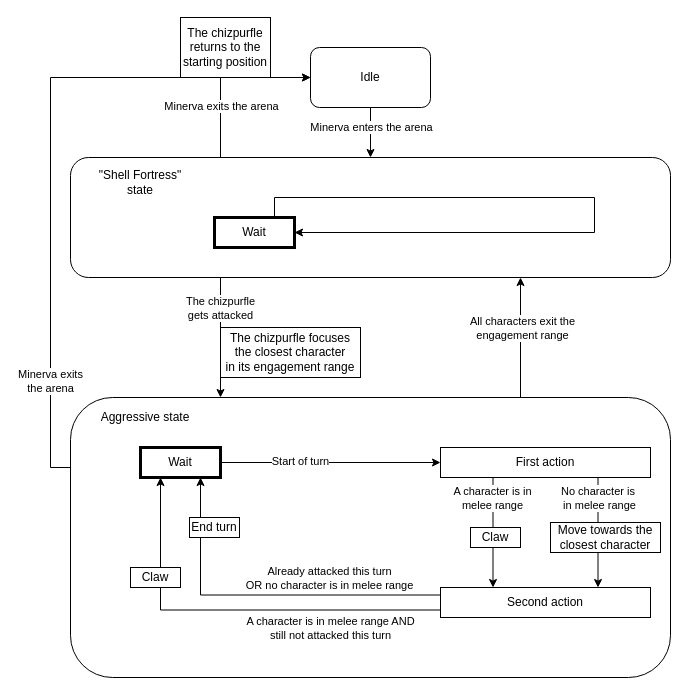
Above: Enemies/Enemy Behaviours/GiantChizpurfle_AI.drawio in andreacarrarini/HP_The_Dark_Lady_awakens (draw.io), before the change. Source tidied: cells renumbered, new cells numbered last; positions are measured from the earlier drawing's top-left corner, leaving out a move shared by most shapes. Both pictures are drawn from the tidied source at 100%, with x=0, y=0 at pixel (70, 17).
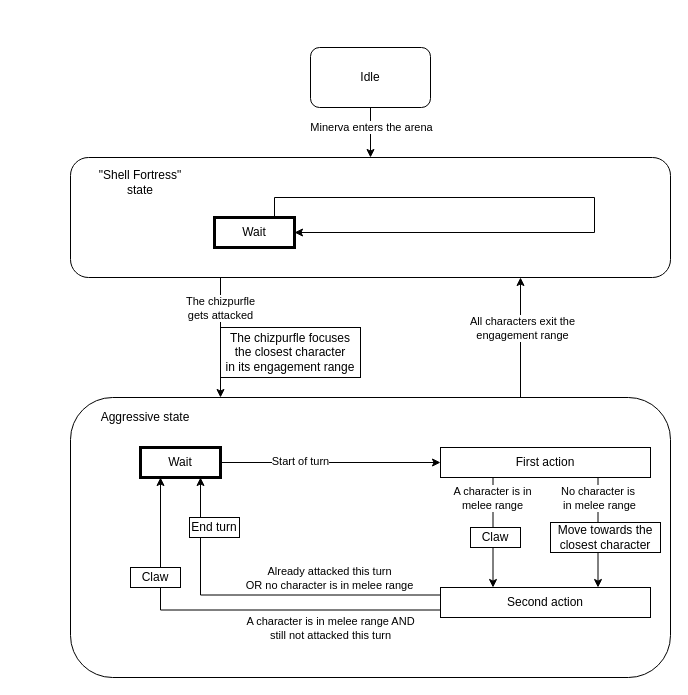
After the change.

The change refers to these unchanged cells:
```xml
<mxCell id="2" value="Idle" style="rounded=1;whiteSpace=wrap;html=1;" parent="1" vertex="1">
  <mxGeometry x="240" y="30" width="120" height="60" as="geometry" />
</mxCell>
<mxCell id="9" style="rounded=1;whiteSpace=wrap;html=1;align=left;" parent="1" vertex="1">
  <mxGeometry y="380" width="600" height="280" as="geometry" />
</mxCell>
<mxCell id="12" style="rounded=1;whiteSpace=wrap;html=1;" parent="1" vertex="1">
  <mxGeometry y="140" width="600" height="120" as="geometry" />
</mxCell>
```

What changed in the source:
```diff
@@
-    <mxCell id="3" style="edgeStyle=orthogonalEdgeStyle;rounded=0;jettySize=auto;html=1;entryX=0;entryY=0.5;entryDx=0;entryDy=0;exitX=0.25;exitY=0;exitDx=0;exitDy=0;" parent="1" edge="1" source="12" target="2">
-      <mxGeometry relative="1" as="geometry">
-        <Array as="points">
-          <mxPoint x="150" y="60" />
-        </Array>
-      </mxGeometry>
-    </mxCell>
-    <mxCell id="4" value="Minerva exits the arena" style="edgeLabel;html=1;align=center;verticalAlign=middle;" parent="3" vertex="1">
-      <mxGeometry x="-0.38" relative="1" as="geometry">
-        <mxPoint y="1.7" as="offset" />
-      </mxGeometry>
-    </mxCell>
-    <mxCell id="5" style="edgeStyle=orthogonalEdgeStyle;rounded=0;jettySize=auto;html=1;exitX=0;exitY=0.25;exitDx=0;exitDy=0;entryX=0;entryY=0.5;entryDx=0;entryDy=0;" parent="1" edge="1" source="9" target="2">
-      <mxGeometry relative="1" as="geometry" />
-    </mxCell>
-    <mxCell id="6" value="Minerva exits &lt;br&gt;the arena" style="edgeLabel;html=1;align=center;verticalAlign=middle;" parent="5" vertex="1">
-      <mxGeometry x="-0.68" y="1" relative="1" as="geometry" />
-    </mxCell>
@@
-    <mxCell id="32" value="The chizpurfle returns to the starting position" style="text;html=1;align=center;verticalAlign=middle;whiteSpace=wrap;rounded=0;fillColor=#ffffff;strokeColor=#000000;" parent="31" vertex="1">
-      <mxGeometry x="110" width="90" height="60" as="geometry" />
-    </mxCell>
```
